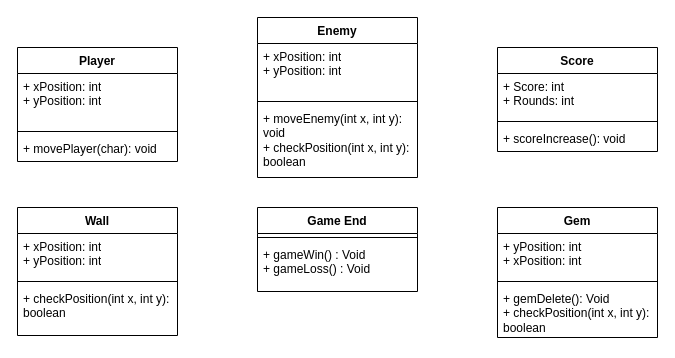
The draw.io diagram page "Page-2" (2 of 2) of Great Collector Flowchart and UML.drawio in GblakLLCC/CSC170, before the edit. Source tidied: cells renumbered, new cells numbered last; positions are measured from the earlier drawing's top-left corner, leaving out a move shared by most shapes. Both pictures are drawn from the tidied source at 100%, with x=0, y=0 at pixel (17, 17).
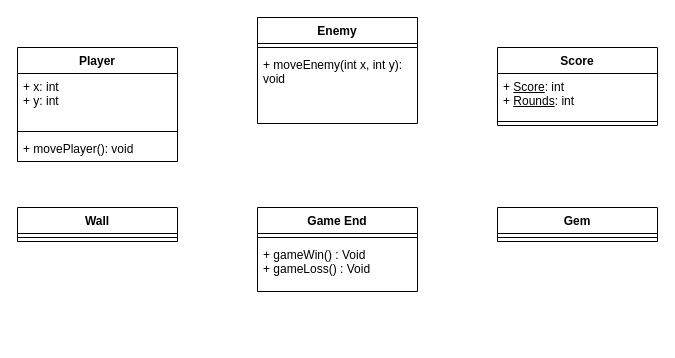
Above is the later version.

The change refers to these unchanged cells:
```xml
<mxCell id="2" value="Player" style="swimlane;fontStyle=1;align=center;verticalAlign=top;horizontal=1;startSize=26;whiteSpace=wrap;html=1;" parent="1" vertex="1">
  <mxGeometry y="30" width="160" height="114" as="geometry" />
</mxCell>
```

The edit, as a diff of the source:
```diff
@@
-    <mxCell id="3" value="+ xPosition: int&lt;div&gt;+ yPosition: int&lt;/div&gt;" style="text;strokeColor=none;fillColor=none;align=left;verticalAlign=top;spacingLeft=4;spacingRight=4;overflow=hidden;whiteSpace=wrap;html=1;" parent="2" vertex="1">
+    <mxCell id="3" value="+ x: int&lt;div&gt;+ y: int&lt;/div&gt;" style="text;strokeColor=none;fillColor=none;align=left;verticalAlign=top;spacingLeft=4;spacingRight=4;overflow=hidden;whiteSpace=wrap;html=1;" parent="2" vertex="1">
       <mxGeometry y="26" width="160" height="54" as="geometry" />
     </mxCell>
@@
-    <mxCell id="5" value="+ movePlayer(char): void" style="text;strokeColor=none;fillColor=none;align=left;verticalAlign=top;spacingLeft=4;spacingRight=4;overflow=hidden;whiteSpace=wrap;html=1;" parent="2" vertex="1">
+    <mxCell id="5" value="+ movePlayer(): void" style="text;strokeColor=none;fillColor=none;align=left;verticalAlign=top;spacingLeft=4;spacingRight=4;overflow=hidden;whiteSpace=wrap;html=1;" parent="2" vertex="1">
       <mxGeometry y="88" width="160" height="26" as="geometry" />
     </mxCell>
     <mxCell id="6" value="Score" style="swimlane;fontStyle=1;align=center;verticalAlign=top;horizontal=1;startSize=26;whiteSpace=wrap;html=1;" parent="1" vertex="1">
-      <mxGeometry x="480" y="30" width="160" height="104" as="geometry" />
+      <mxGeometry x="480" y="30" width="160" height="78" as="geometry" />
     </mxCell>
-    <mxCell id="7" value="+ Score: int&lt;br&gt;+ Rounds: int" style="text;strokeColor=none;fillColor=none;align=left;verticalAlign=top;spacingLeft=4;spacingRight=4;overflow=hidden;whiteSpace=wrap;html=1;" parent="6" vertex="1">
+    <mxCell id="7" value="+ &lt;u&gt;Score&lt;/u&gt;: int&lt;br&gt;+ &lt;u&gt;Rounds&lt;/u&gt;: int" style="text;strokeColor=none;fillColor=none;align=left;verticalAlign=top;spacingLeft=4;spacingRight=4;overflow=hidden;whiteSpace=wrap;html=1;" parent="6" vertex="1">
       <mxGeometry y="26" width="160" height="44" as="geometry" />
     </mxCell>
@@
-    <mxCell id="9" value="+ scoreIncrease(): void" style="text;strokeColor=none;fillColor=none;align=left;verticalAlign=top;spacingLeft=4;spacingRight=4;overflow=hidden;whiteSpace=wrap;html=1;" parent="6" vertex="1">
-      <mxGeometry y="78" width="160" height="26" as="geometry" />
-    </mxCell>
@@
     <mxCell id="13" value="Gem" style="swimlane;fontStyle=1;align=center;verticalAlign=top;horizontal=1;startSize=26;whiteSpace=wrap;html=1;" parent="1" vertex="1">
-      <mxGeometry x="480" y="190" width="160" height="130" as="geometry" />
+      <mxGeometry x="480" y="190" width="160" height="34" as="geometry" />
     </mxCell>
-    <mxCell id="14" value="&lt;div&gt;+ yPosition: int&amp;nbsp;&lt;/div&gt;&lt;div&gt;+ xPosition: int&lt;/div&gt;" style="text;strokeColor=none;fillColor=none;align=left;verticalAlign=top;spacingLeft=4;spacingRight=4;overflow=hidden;whiteSpace=wrap;html=1;" parent="13" vertex="1">
-      <mxGeometry y="26" width="160" height="44" as="geometry" />
-    </mxCell>
     <mxCell id="15" style="line;strokeWidth=1;fillColor=none;align=left;verticalAlign=middle;spacingTop=-1;spacingLeft=3;spacingRight=3;labelPosition=right;strokeColor=inherit;" parent="13" vertex="1">
-      <mxGeometry y="70" width="160" height="8" as="geometry" />
+      <mxGeometry y="26" width="160" height="8" as="geometry" />
     </mxCell>
-    <mxCell id="16" value="+ gemDelete(): Void&lt;div&gt;+ checkPosition(int x, int y): boolean&lt;/div&gt;" style="text;strokeColor=none;fillColor=none;align=left;verticalAlign=top;spacingLeft=4;spacingRight=4;overflow=hidden;whiteSpace=wrap;html=1;" parent="13" vertex="1">
-      <mxGeometry y="78" width="160" height="52" as="geometry" />
-    </mxCell>
     <mxCell id="17" value="Wall" style="swimlane;fontStyle=1;align=center;verticalAlign=top;horizontal=1;startSize=26;whiteSpace=wrap;html=1;" parent="1" vertex="1">
-      <mxGeometry y="190" width="160" height="128" as="geometry" />
+      <mxGeometry y="190" width="160" height="34" as="geometry" />
     </mxCell>
-    <mxCell id="18" value="+ xPosition: int&lt;div&gt;+ yPosition: int&lt;/div&gt;" style="text;strokeColor=none;fillColor=none;align=left;verticalAlign=top;spacingLeft=4;spacingRight=4;overflow=hidden;whiteSpace=wrap;html=1;" parent="17" vertex="1">
-      <mxGeometry y="26" width="160" height="44" as="geometry" />
-    </mxCell>
     <mxCell id="19" style="line;strokeWidth=1;fillColor=none;align=left;verticalAlign=middle;spacingTop=-1;spacingLeft=3;spacingRight=3;labelPosition=right;strokeColor=inherit;" parent="17" vertex="1">
-      <mxGeometry y="70" width="160" height="8" as="geometry" />
+      <mxGeometry y="26" width="160" height="8" as="geometry" />
     </mxCell>
-    <mxCell id="20" value="+ checkPosition(int x, int y): boolean" style="text;strokeColor=none;fillColor=none;align=left;verticalAlign=top;spacingLeft=4;spacingRight=4;overflow=hidden;whiteSpace=wrap;html=1;" parent="17" vertex="1">
-      <mxGeometry y="78" width="160" height="50" as="geometry" />
-    </mxCell>
     <mxCell id="21" value="Enemy" style="swimlane;fontStyle=1;align=center;verticalAlign=top;horizontal=1;startSize=26;whiteSpace=wrap;html=1;" parent="1" vertex="1">
-      <mxGeometry x="240" width="160" height="160" as="geometry" />
+      <mxGeometry x="240" width="160" height="106" as="geometry" />
     </mxCell>
-    <mxCell id="22" value="+ xPosition: int&lt;div&gt;+ yPosition: int&lt;/div&gt;" style="text;strokeColor=none;fillColor=none;align=left;verticalAlign=top;spacingLeft=4;spacingRight=4;overflow=hidden;whiteSpace=wrap;html=1;" parent="21" vertex="1">
-      <mxGeometry y="26" width="160" height="54" as="geometry" />
-    </mxCell>
     <mxCell id="23" style="line;strokeWidth=1;fillColor=none;align=left;verticalAlign=middle;spacingTop=-1;spacingLeft=3;spacingRight=3;labelPosition=right;strokeColor=inherit;" parent="21" vertex="1">
-      <mxGeometry y="80" width="160" height="8" as="geometry" />
+      <mxGeometry y="26" width="160" height="8" as="geometry" />
     </mxCell>
-    <mxCell id="24" value="+ moveEnemy(int x, int y): void&lt;div&gt;+ checkPosition(int x, int y): boolean&lt;/div&gt;" style="text;strokeColor=none;fillColor=none;align=left;verticalAlign=top;spacingLeft=4;spacingRight=4;overflow=hidden;whiteSpace=wrap;html=1;" parent="21" vertex="1">
-      <mxGeometry y="88" width="160" height="72" as="geometry" />
+    <mxCell id="24" value="+ moveEnemy(int x, int y): void" style="text;strokeColor=none;fillColor=none;align=left;verticalAlign=top;spacingLeft=4;spacingRight=4;overflow=hidden;whiteSpace=wrap;html=1;" parent="21" vertex="1">
+      <mxGeometry y="34" width="160" height="72" as="geometry" />
     </mxCell>
```
